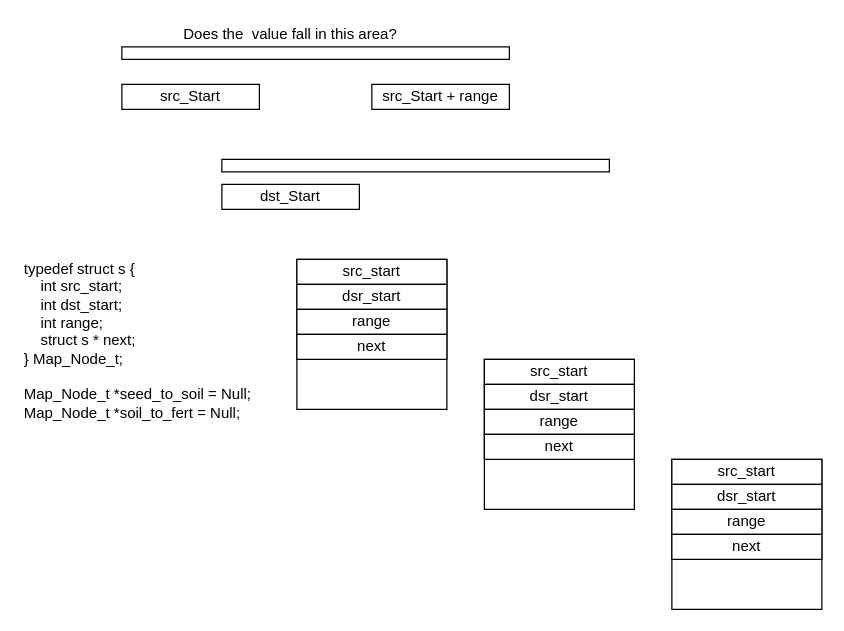
This is Untitled Diagram.drawio from AlanHasty/AOC23, a draw.io file, before an edit. Source tidied: cells renumbered, new cells numbered last; positions are measured from the earlier drawing's top-left corner, leaving out a move shared by most shapes. Both pictures are drawn from the tidied source at 125%, with x=0, y=0 at pixel (21, 21).
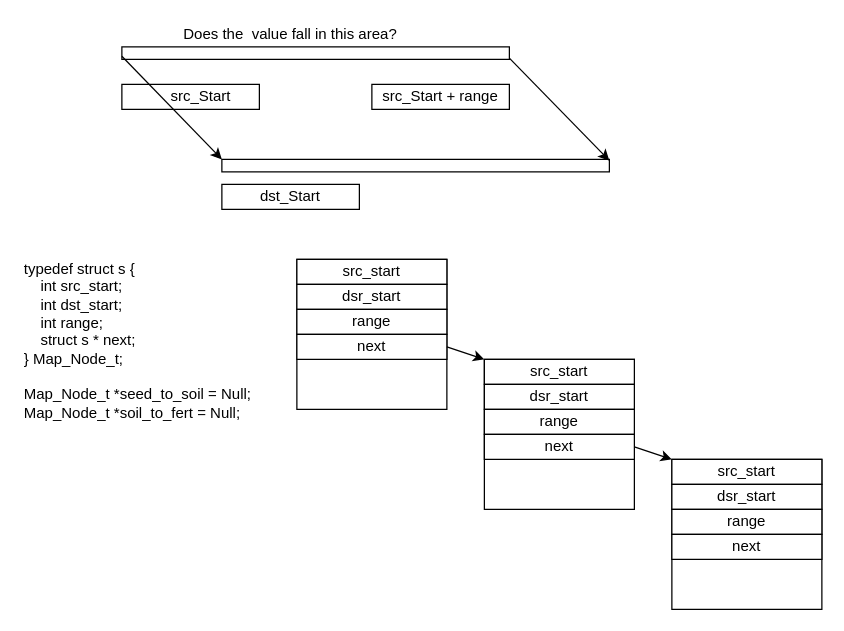
Above is the later version.

The change refers to these unchanged cells:
```xml
<mxCell id="5" style="rounded=0;whiteSpace=wrap;html=1;" parent="1" vertex="1">
  <mxGeometry x="80" y="20" width="310" height="10" as="geometry" />
</mxCell>
<mxCell id="7" style="rounded=0;whiteSpace=wrap;html=1;" parent="1" vertex="1">
  <mxGeometry x="160" y="110" width="310" height="10" as="geometry" />
</mxCell>
<mxCell id="14" value="next" style="rounded=0;whiteSpace=wrap;html=1;" parent="9" vertex="1">
  <mxGeometry y="60" width="120" height="20" as="geometry" />
</mxCell>
<mxCell id="17" value="src_start" style="rounded=0;whiteSpace=wrap;html=1;" parent="15" vertex="1">
  <mxGeometry width="120" height="20" as="geometry" />
</mxCell>
<mxCell id="20" value="next" style="rounded=0;whiteSpace=wrap;html=1;" parent="15" vertex="1">
  <mxGeometry y="60" width="120" height="20" as="geometry" />
</mxCell>
```

The edit, as a diff of the source:
```diff
@@
-    <mxCell id="2" value="src_Start" style="rounded=0;whiteSpace=wrap;html=1;" parent="1" vertex="1">
+    <mxCell id="2" value="&amp;nbsp; &amp;nbsp; &amp;nbsp;src_Start" style="rounded=0;whiteSpace=wrap;html=1;" parent="1" vertex="1">
       <mxGeometry x="80" y="50" width="110" height="20" as="geometry" />
     </mxCell>
@@
+    <mxCell id="27" style="endArrow=classic;html=1;rounded=0;entryX=0;entryY=0;entryDx=0;entryDy=0;exitX=1;exitY=0.5;exitDx=0;exitDy=0;" parent="1" edge="1" source="14" target="17">
+      <mxGeometry relative="1" as="geometry" />
+    </mxCell>
+    <mxCell id="28" style="endArrow=classic;html=1;rounded=0;exitX=1;exitY=0.5;exitDx=0;exitDy=0;" parent="1" edge="1" source="20">
+      <mxGeometry relative="1" as="geometry">
+        <mxPoint x="520" y="350" as="targetPoint" />
+      </mxGeometry>
+    </mxCell>
+    <mxCell id="29" style="endArrow=classic;html=1;rounded=0;exitX=0;exitY=0.75;exitDx=0;exitDy=0;entryX=0;entryY=0;entryDx=0;entryDy=0;" parent="1" edge="1" source="5" target="7">
+      <mxGeometry relative="1" as="geometry" />
+    </mxCell>
+    <mxCell id="30" style="endArrow=classic;html=1;rounded=0;exitX=0;exitY=0.75;exitDx=0;exitDy=0;entryX=0;entryY=0;entryDx=0;entryDy=0;" parent="1" edge="1">
+      <mxGeometry relative="1" as="geometry">
+        <mxPoint x="390" y="29" as="sourcePoint" />
+        <mxPoint x="470" y="111" as="targetPoint" />
+      </mxGeometry>
+    </mxCell>
```
